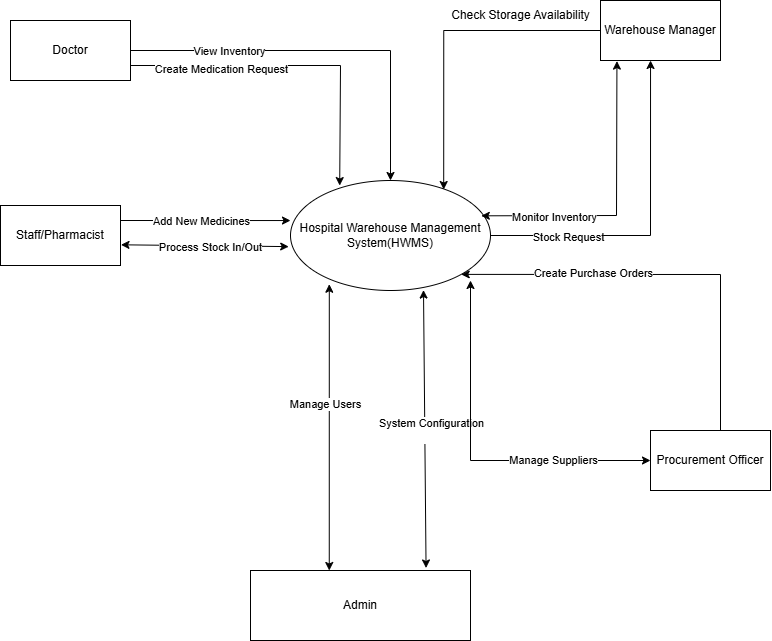
This is Context_Diagram_G1.png from duckpao/SWP391_G1_GA1947, a draw.io export, as it was before one commit. Source tidied: cells renumbered, new cells last; positions are measured from the earlier drawing's top-left corner, leaving out a move shared by most shapes.
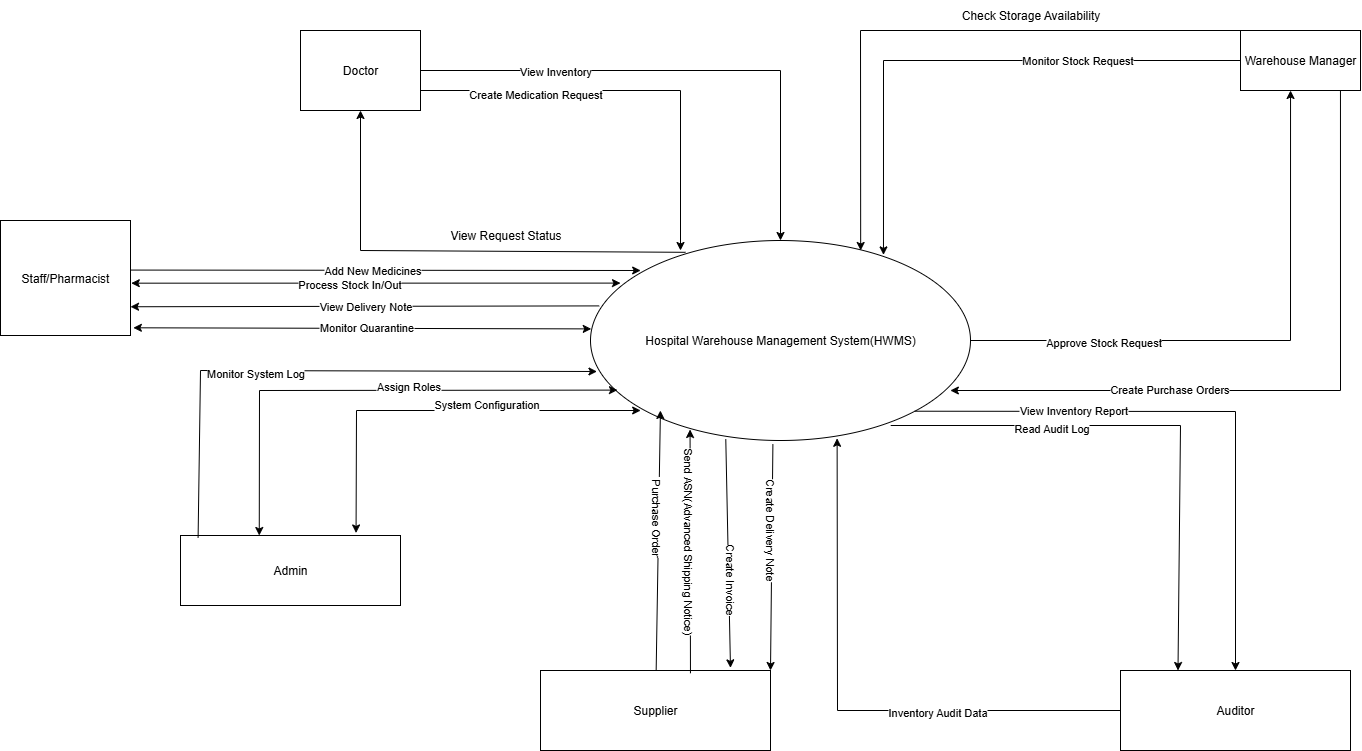
The same file after the commit.

What changed in the source:
```diff
@@ -3,7 +3,7 @@
     <mxCell id="0" />
     <mxCell id="1" parent="0" />
     <mxCell id="2" value="Hospital Warehouse Management System(HWMS)" style="ellipse;whiteSpace=wrap;html=1;" parent="1" vertex="1">
-      <mxGeometry x="290" y="180" width="200" height="110" as="geometry" />
+      <mxGeometry x="290" y="180" width="380" height="200" as="geometry" />
     </mxCell>
     <mxCell id="3" style="edgeStyle=orthogonalEdgeStyle;rounded=0;jettySize=auto;html=1;exitX=1;exitY=0.5;exitDx=0;exitDy=0;" parent="1" edge="1" source="5" target="2">
       <mxGeometry relative="1" as="geometry" />
@@ -12,102 +12,83 @@
       <mxGeometry x="-0.49" relative="1" as="geometry" />
     </mxCell>
     <mxCell id="5" value="Doctor" style="rounded=0;whiteSpace=wrap;html=1;" parent="1" vertex="1">
-      <mxGeometry x="10" y="20" width="120" height="60" as="geometry" />
+      <mxGeometry y="-30" width="120" height="80" as="geometry" />
     </mxCell>
     <mxCell id="6" value="Warehouse Manager" style="rounded=0;whiteSpace=wrap;html=1;" parent="1" vertex="1">
-      <mxGeometry x="600" width="120" height="60" as="geometry" />
+      <mxGeometry x="940" y="-30" width="120" height="60" as="geometry" />
     </mxCell>
     <mxCell id="7" value="Staff/Pharmacist" style="rounded=0;whiteSpace=wrap;html=1;" parent="1" vertex="1">
-      <mxGeometry y="205" width="120" height="60" as="geometry" />
+      <mxGeometry x="-300" y="160" width="130" height="115" as="geometry" />
     </mxCell>
     <mxCell id="8" value="Admin" style="rounded=0;whiteSpace=wrap;html=1;" parent="1" vertex="1">
-      <mxGeometry x="250" y="570" width="220" height="70" as="geometry" />
+      <mxGeometry x="-120" y="475" width="220" height="70" as="geometry" />
     </mxCell>
     <mxCell id="9" style="group;" parent="1" vertex="1">
-      <mxGeometry x="440" width="160" height="30" as="geometry" />
+      <mxGeometry x="650" y="-60" width="160" height="30" as="geometry" />
     </mxCell>
-    <mxCell id="10" style="edgeStyle=orthogonalEdgeStyle;rounded=0;jettySize=auto;html=1;entryX=0.766;entryY=0.082;entryDx=0;entryDy=0;entryPerimeter=0;exitX=0;exitY=0.5;exitDx=0;exitDy=0;" parent="9" edge="1" source="6" target="2">
-      <mxGeometry relative="1" as="geometry">
-        <Array as="points">
-          <mxPoint x="3" y="30" />
-        </Array>
-      </mxGeometry>
-    </mxCell>
     <mxCell id="11" value="Check Storage Availability" style="text;html=1;align=center;verticalAlign=middle;strokeColor=none;fillColor=none;" parent="9" vertex="1">
       <mxGeometry width="160" height="30" as="geometry" />
     </mxCell>
-    <mxCell id="12" value="Procurement Officer" style="rounded=0;whiteSpace=wrap;html=1;" parent="1" vertex="1">
-      <mxGeometry x="650" y="430" width="120" height="60" as="geometry" />
+    <mxCell id="12" value="Auditor" style="rounded=0;whiteSpace=wrap;html=1;" parent="1" vertex="1">
+      <mxGeometry x="820" y="610" width="230" height="80" as="geometry" />
     </mxCell>
     <mxCell id="13" style="edgeStyle=orthogonalEdgeStyle;rounded=0;jettySize=auto;html=1;exitX=1;exitY=0.5;exitDx=0;exitDy=0;entryX=0.417;entryY=1;entryDx=0;entryDy=0;entryPerimeter=0;" parent="1" edge="1" source="2" target="6">
       <mxGeometry relative="1" as="geometry" />
     </mxCell>
-    <mxCell id="14" value="Stock Request" style="edgeLabel;html=1;align=center;verticalAlign=middle;" parent="13" vertex="1">
+    <mxCell id="14" value="Approve Stock Request" style="edgeLabel;html=1;align=center;verticalAlign=middle;" parent="13" vertex="1">
       <mxGeometry x="-0.54" y="-1" relative="1" as="geometry" />
     </mxCell>
-    <mxCell id="15" style="endArrow=classic;startArrow=classic;html=1;rounded=0;entryX=0.194;entryY=0.943;entryDx=0;entryDy=0;entryPerimeter=0;exitX=0.358;exitY=0;exitDx=0;exitDy=0;exitPerimeter=0;" parent="1" edge="1" source="8" target="2">
-      <mxGeometry relative="1" as="geometry" />
+    <mxCell id="15" style="endArrow=classic;startArrow=classic;html=1;rounded=0;entryX=0.071;entryY=0.748;entryDx=0;entryDy=0;exitX=0.358;exitY=0;exitDx=0;exitDy=0;exitPerimeter=0;entryPerimeter=0;" parent="1" edge="1" source="8" target="2">
+      <mxGeometry relative="1" as="geometry">
+        <Array as="points">
+          <mxPoint x="-41" y="330" />
+        </Array>
+      </mxGeometry>
     </mxCell>
-    <mxCell id="16" value="Manage Users" style="edgeLabel;html=1;align=center;verticalAlign=middle;" parent="15" vertex="1">
+    <mxCell id="16" value="Assign Roles" style="edgeLabel;html=1;align=center;verticalAlign=middle;" parent="15" vertex="1">
       <mxGeometry x="0.16" y="4" relative="1" as="geometry" />
     </mxCell>
-    <mxCell id="17" style="endArrow=classic;startArrow=classic;html=1;rounded=0;entryX=0.665;entryY=0.996;entryDx=0;entryDy=0;entryPerimeter=0;exitX=0.798;exitY=-0.036;exitDx=0;exitDy=0;exitPerimeter=0;" parent="1" edge="1" source="8" target="2">
-      <mxGeometry relative="1" as="geometry" />
+    <mxCell id="17" style="endArrow=classic;startArrow=classic;html=1;rounded=0;entryX=0.132;entryY=0.85;entryDx=0;entryDy=0;entryPerimeter=0;exitX=0.798;exitY=-0.036;exitDx=0;exitDy=0;exitPerimeter=0;" parent="1" edge="1" source="8" target="2">
+      <mxGeometry relative="1" as="geometry">
+        <Array as="points">
+          <mxPoint x="56" y="350" />
+        </Array>
+      </mxGeometry>
     </mxCell>
     <mxCell id="18" value="System Configuration&lt;div&gt;&lt;br&gt;&lt;/div&gt;" style="edgeLabel;html=1;align=center;verticalAlign=middle;" parent="17" vertex="1">
       <mxGeometry x="0.25" y="4" relative="1" as="geometry">
-        <mxPoint x="10" y="36" as="offset" />
+        <mxPoint x="-3" y="4" as="offset" />
       </mxGeometry>
     </mxCell>
-    <mxCell id="19" style="endArrow=classic;startArrow=classic;html=1;rounded=0;exitX=0.954;exitY=0.321;exitDx=0;exitDy=0;exitPerimeter=0;entryX=0.137;entryY=1.01;entryDx=0;entryDy=0;entryPerimeter=0;" parent="1" edge="1" source="2" target="6">
-      <mxGeometry relative="1" as="geometry">
-        <Array as="points">
-          <mxPoint x="616" y="215" />
-        </Array>
-      </mxGeometry>
-    </mxCell>
-    <mxCell id="20" value="Monitor Inventory" style="edgeLabel;html=1;align=center;verticalAlign=middle;" parent="19" vertex="1">
-      <mxGeometry x="-0.5" y="-1" relative="1" as="geometry" />
-    </mxCell>
-    <mxCell id="21" style="endArrow=classic;html=1;rounded=0;exitX=1;exitY=0.25;exitDx=0;exitDy=0;entryX=0;entryY=0.364;entryDx=0;entryDy=0;entryPerimeter=0;" parent="1" edge="1" source="7" target="2">
+    <mxCell id="21" style="endArrow=classic;html=1;rounded=0;entryX=0.132;entryY=0.15;entryDx=0;entryDy=0;entryPerimeter=0;exitX=1.003;exitY=0.431;exitDx=0;exitDy=0;exitPerimeter=0;" parent="1" edge="1" source="7" target="2">
       <mxGeometry relative="1" as="geometry" />
     </mxCell>
     <mxCell id="22" value="Add New Medicines" style="edgeLabel;html=1;align=center;verticalAlign=middle;" parent="21" vertex="1">
       <mxGeometry x="-0.05" relative="1" as="geometry" />
     </mxCell>
-    <mxCell id="23" style="endArrow=classic;html=1;rounded=0;exitX=1;exitY=0.75;exitDx=0;exitDy=0;entryX=0.246;entryY=0.046;entryDx=0;entryDy=0;entryPerimeter=0;" parent="1" edge="1" source="5" target="2">
+    <mxCell id="23" style="endArrow=classic;html=1;rounded=0;exitX=1;exitY=0.75;exitDx=0;exitDy=0;" parent="1" edge="1" source="5">
       <mxGeometry relative="1" as="geometry">
+        <mxPoint x="380" y="190" as="targetPoint" />
         <Array as="points">
-          <mxPoint x="340" y="65" />
+          <mxPoint x="380" y="30" />
         </Array>
       </mxGeometry>
     </mxCell>
     <mxCell id="24" value="Create Medication Request" style="edgeLabel;html=1;align=center;verticalAlign=middle;" parent="23" vertex="1">
       <mxGeometry x="-0.46" y="-3" relative="1" as="geometry" />
     </mxCell>
-    <mxCell id="25" style="endArrow=classic;html=1;rounded=0;entryX=1;entryY=1;entryDx=0;entryDy=0;" parent="1" edge="1" target="2">
+    <mxCell id="25" style="endArrow=classic;html=1;rounded=0;entryX=0.947;entryY=0.75;entryDx=0;entryDy=0;exitX=0.833;exitY=1;exitDx=0;exitDy=0;entryPerimeter=0;exitPerimeter=0;" parent="1" edge="1" source="6" target="2">
       <mxGeometry relative="1" as="geometry">
-        <mxPoint x="720" y="430" as="sourcePoint" />
         <Array as="points">
-          <mxPoint x="720" y="274" />
+          <mxPoint x="1040" y="330" />
+          <mxPoint x="830" y="330" />
         </Array>
       </mxGeometry>
     </mxCell>
     <mxCell id="26" value="Create Purchase Orders" style="edgeLabel;html=1;align=center;verticalAlign=middle;" parent="25" vertex="1">
       <mxGeometry x="0.37" y="-2" relative="1" as="geometry" />
     </mxCell>
-    <mxCell id="27" style="endArrow=classic;startArrow=classic;html=1;rounded=0;entryX=0;entryY=0.5;entryDx=0;entryDy=0;" parent="1" edge="1" target="12">
-      <mxGeometry relative="1" as="geometry">
-        <mxPoint x="470" y="280" as="sourcePoint" />
-        <Array as="points">
-          <mxPoint x="470" y="460" />
-        </Array>
-      </mxGeometry>
-    </mxCell>
-    <mxCell id="28" value="Manage Suppliers" style="edgeLabel;html=1;align=center;verticalAlign=middle;" parent="27" vertex="1">
-      <mxGeometry x="0.46" y="1" relative="1" as="geometry" />
-    </mxCell>
-    <mxCell id="29" style="endArrow=classic;startArrow=classic;html=1;rounded=0;exitX=1.004;exitY=0.655;exitDx=0;exitDy=0;exitPerimeter=0;entryX=-0.009;entryY=0.601;entryDx=0;entryDy=0;entryPerimeter=0;" parent="1" edge="1" source="7" target="2">
+    <mxCell id="29" style="endArrow=classic;startArrow=classic;html=1;rounded=0;exitX=1.006;exitY=0.545;exitDx=0;exitDy=0;exitPerimeter=0;entryX=0.079;entryY=0.213;entryDx=0;entryDy=0;entryPerimeter=0;" parent="1" edge="1" source="7" target="2">
       <mxGeometry relative="1" as="geometry" />
     </mxCell>
     <mxCell id="30" value="Process Stock In/Out" style="edgeLabel;html=1;align=center;verticalAlign=middle;" parent="29" vertex="1">
@@ -115,5 +96,114 @@
         <mxPoint x="23" as="offset" />
       </mxGeometry>
     </mxCell>
+    <mxCell id="31" style="endArrow=classic;html=1;rounded=0;entryX=1;entryY=0.75;entryDx=0;entryDy=0;exitX=0.023;exitY=0.327;exitDx=0;exitDy=0;exitPerimeter=0;" parent="1" edge="1" source="2" target="7">
+      <mxGeometry relative="1" as="geometry" />
+    </mxCell>
+    <mxCell id="32" value="Text" style="edgeLabel;html=1;align=center;verticalAlign=middle;" parent="31" vertex="1">
+      <mxGeometry x="0.01" relative="1" as="geometry" />
+    </mxCell>
+    <mxCell id="33" value="View Delivery Note" style="edgeLabel;html=1;align=center;verticalAlign=middle;" parent="31" vertex="1">
+      <mxGeometry relative="1" as="geometry" />
+    </mxCell>
+    <mxCell id="34" value="Supplier" style="rounded=0;whiteSpace=wrap;html=1;" parent="1" vertex="1">
+      <mxGeometry x="240" y="610" width="230" height="80" as="geometry" />
+    </mxCell>
+    <mxCell id="35" style="endArrow=classic;html=1;rounded=0;exitX=0.08;exitY=0.029;exitDx=0;exitDy=0;exitPerimeter=0;entryX=0.017;entryY=0.655;entryDx=0;entryDy=0;entryPerimeter=0;" parent="1" edge="1" source="8" target="2">
+      <mxGeometry relative="1" as="geometry">
+        <Array as="points">
+          <mxPoint x="-100" y="310" />
+        </Array>
+      </mxGeometry>
+    </mxCell>
+    <mxCell id="36" value="Monitor System Log" style="edgeLabel;html=1;align=center;verticalAlign=middle;" parent="35" vertex="1">
+      <mxGeometry x="-0.21" y="-2" relative="1" as="geometry" />
+    </mxCell>
+    <mxCell id="37" style="endArrow=classic;html=1;rounded=0;exitX=0.25;exitY=0.059;exitDx=0;exitDy=0;entryX=0.5;entryY=1;entryDx=0;entryDy=0;exitPerimeter=0;" parent="1" edge="1" source="2" target="5">
+      <mxGeometry relative="1" as="geometry">
+        <Array as="points">
+          <mxPoint x="60" y="190" />
+        </Array>
+      </mxGeometry>
+    </mxCell>
+    <mxCell id="38" value="View Request Status" style="text;html=1;align=center;verticalAlign=middle;strokeColor=none;fillColor=none;rotation=0;" parent="1" vertex="1">
+      <mxGeometry x="140" y="160" width="130" height="30" as="geometry" />
+    </mxCell>
+    <mxCell id="39" style="endArrow=classic;html=1;rounded=0;exitX=0;exitY=0;exitDx=0;exitDy=0;entryX=0.711;entryY=0.05;entryDx=0;entryDy=0;entryPerimeter=0;" parent="1" edge="1" source="6" target="2">
+      <mxGeometry relative="1" as="geometry">
+        <Array as="points">
+          <mxPoint x="560" y="-30" />
+        </Array>
+      </mxGeometry>
+    </mxCell>
+    <mxCell id="40" style="edgeStyle=orthogonalEdgeStyle;rounded=0;jettySize=auto;html=1;entryX=0.771;entryY=0.072;entryDx=0;entryDy=0;entryPerimeter=0;" parent="1" edge="1" source="6" target="2">
+      <mxGeometry relative="1" as="geometry">
+        <Array as="points">
+          <mxPoint x="583" />
+        </Array>
+      </mxGeometry>
+    </mxCell>
+    <mxCell id="41" value="Monitor Stock Request" style="edgeLabel;html=1;align=center;verticalAlign=middle;" parent="40" vertex="1">
+      <mxGeometry x="-0.41" y="-1" relative="1" as="geometry" />
+    </mxCell>
+    <mxCell id="42" style="endArrow=classic;startArrow=classic;html=1;rounded=0;exitX=1.022;exitY=0.933;exitDx=0;exitDy=0;exitPerimeter=0;entryX=0.002;entryY=0.442;entryDx=0;entryDy=0;entryPerimeter=0;" parent="1" edge="1" source="7" target="2">
+      <mxGeometry relative="1" as="geometry" />
+    </mxCell>
+    <mxCell id="43" value="Monitor Quarantine" style="edgeLabel;html=1;align=center;verticalAlign=middle;" parent="42" vertex="1">
+      <mxGeometry x="0.01" y="1" relative="1" as="geometry" />
+    </mxCell>
+    <mxCell id="44" style="endArrow=classic;html=1;rounded=0;entryX=0.184;entryY=0.85;entryDx=0;entryDy=0;entryPerimeter=0;" parent="1" edge="1" source="34" target="2">
+      <mxGeometry relative="1" as="geometry" />
+    </mxCell>
+    <mxCell id="45" value="&amp;nbsp;Purchase Order" style="edgeLabel;html=1;align=center;verticalAlign=middle;rotation=90;" parent="44" vertex="1">
+      <mxGeometry x="0.19" y="2" relative="1" as="geometry" />
+    </mxCell>
+    <mxCell id="46" style="endArrow=classic;html=1;rounded=0;exitX=0.652;exitY=0.035;exitDx=0;exitDy=0;exitPerimeter=0;entryX=0.262;entryY=0.945;entryDx=0;entryDy=0;entryPerimeter=0;" parent="1" edge="1" source="34" target="2">
+      <mxGeometry relative="1" as="geometry" />
+    </mxCell>
+    <mxCell id="47" value="Send ASN(Advanced Shipping Notice)" style="edgeLabel;html=1;align=center;verticalAlign=middle;rotation=90;" parent="46" vertex="1">
+      <mxGeometry x="0.09" y="2" relative="1" as="geometry" />
+    </mxCell>
+    <mxCell id="48" style="endArrow=classic;html=1;rounded=0;exitX=0.356;exitY=0.993;exitDx=0;exitDy=0;exitPerimeter=0;entryX=0.826;entryY=-0.033;entryDx=0;entryDy=0;entryPerimeter=0;" parent="1" edge="1" source="2" target="34">
+      <mxGeometry relative="1" as="geometry" />
+    </mxCell>
+    <mxCell id="49" value="Create Invoice" style="edgeLabel;html=1;align=center;verticalAlign=middle;rotation=90;" parent="48" vertex="1">
+      <mxGeometry x="0.22" y="2" relative="1" as="geometry" />
+    </mxCell>
+    <mxCell id="50" style="endArrow=classic;html=1;rounded=0;exitX=1;exitY=1;exitDx=0;exitDy=0;entryX=0.5;entryY=0;entryDx=0;entryDy=0;" parent="1" edge="1" source="2" target="12">
+      <mxGeometry relative="1" as="geometry">
+        <Array as="points">
+          <mxPoint x="935" y="351" />
+        </Array>
+      </mxGeometry>
+    </mxCell>
+    <mxCell id="51" value="View Inventory Report" style="edgeLabel;html=1;align=center;verticalAlign=middle;" parent="50" vertex="1">
+      <mxGeometry x="-0.46" y="1" relative="1" as="geometry" />
+    </mxCell>
+    <mxCell id="52" style="endArrow=classic;html=1;rounded=0;exitX=0.79;exitY=0.925;exitDx=0;exitDy=0;exitPerimeter=0;entryX=0.25;entryY=0;entryDx=0;entryDy=0;" parent="1" edge="1" source="2" target="12">
+      <mxGeometry relative="1" as="geometry">
+        <Array as="points">
+          <mxPoint x="880" y="365" />
+        </Array>
+      </mxGeometry>
+    </mxCell>
+    <mxCell id="53" value="Read Audit Log" style="edgeLabel;html=1;align=center;verticalAlign=middle;" parent="52" vertex="1">
+      <mxGeometry x="-0.4" y="-2" relative="1" as="geometry" />
+    </mxCell>
+    <mxCell id="54" style="endArrow=classic;html=1;rounded=0;exitX=0.48;exitY=1.018;exitDx=0;exitDy=0;exitPerimeter=0;entryX=1;entryY=0;entryDx=0;entryDy=0;" parent="1" edge="1" source="2" target="34">
+      <mxGeometry relative="1" as="geometry" />
+    </mxCell>
+    <mxCell id="55" value="Create Delivery Note" style="edgeLabel;html=1;align=center;verticalAlign=middle;rotation=90;" parent="54" vertex="1">
+      <mxGeometry x="-0.24" y="-1" relative="1" as="geometry" />
+    </mxCell>
+    <mxCell id="56" style="endArrow=classic;html=1;rounded=0;exitX=0;exitY=0.5;exitDx=0;exitDy=0;entryX=0.649;entryY=0.989;entryDx=0;entryDy=0;entryPerimeter=0;" parent="1" edge="1" source="12" target="2">
+      <mxGeometry relative="1" as="geometry">
+        <Array as="points">
+          <mxPoint x="537" y="650" />
+        </Array>
+      </mxGeometry>
+    </mxCell>
+    <mxCell id="57" value="Inventory Audit Data" style="edgeLabel;html=1;align=center;verticalAlign=middle;" parent="56" vertex="1">
+      <mxGeometry x="-0.34" y="1" relative="1" as="geometry" />
+    </mxCell>
   </root>
 </mxGraphModel>
```
